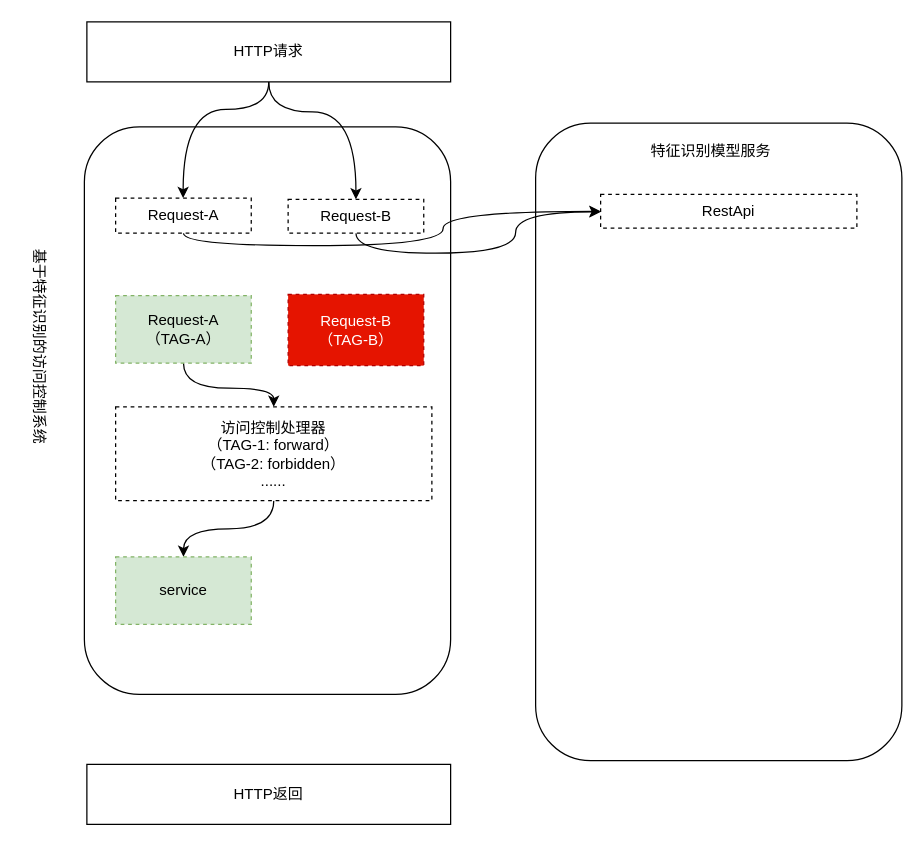
Above: page "第 2 页" (2 of 2) of 特征工程flow.drawio in HurryUpWb/pdf (draw.io), before the change. Source tidied: cells renumbered, new cells numbered last; positions are measured from the earlier drawing's top-left corner, leaving out a move shared by most shapes. Both pictures are drawn from the tidied source at 125%, with x=0, y=0 at pixel (-71, 21).
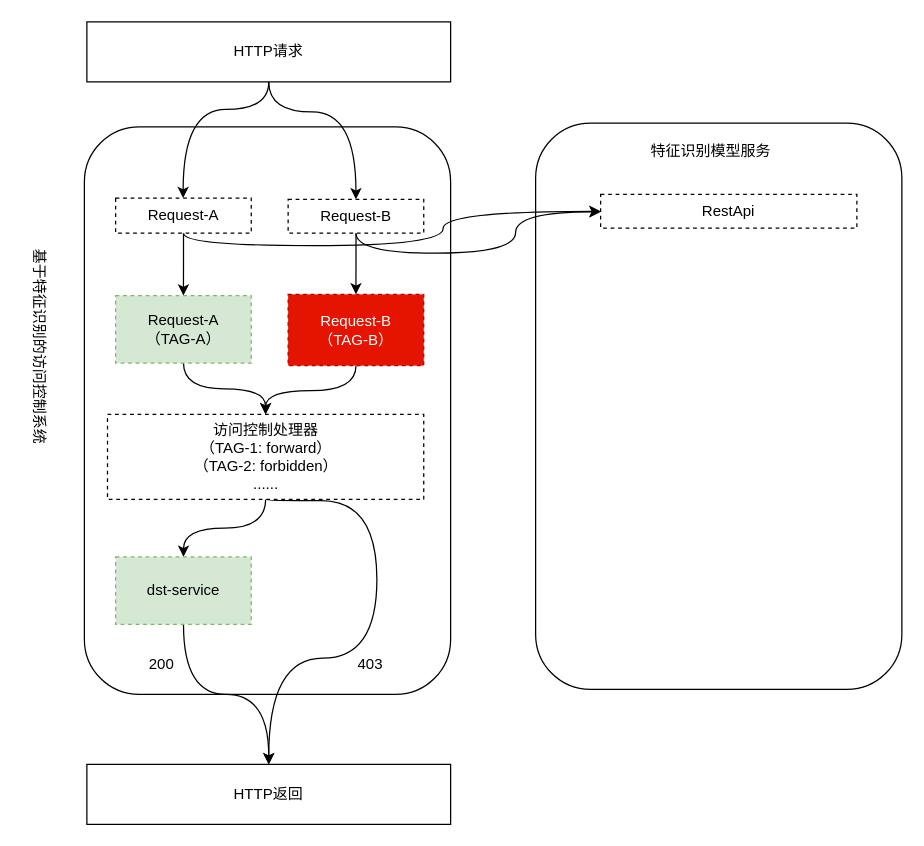
Above is the later version.

Commit message (it also covers changes not shown here):
更新特征工程flow.drawio

Unchanged cells that the change refers to:
```xml
<mxCell id="7" value="Request-A" style="whiteSpace=wrap;html=1;rounded=0;dashed=1;align=center;" parent="1" vertex="1">
  <mxGeometry x="149" y="141" width="108.5" height="28" as="geometry" />
</mxCell>
<mxCell id="10" value="Request-B" style="whiteSpace=wrap;html=1;rounded=0;dashed=1;align=center;" parent="1" vertex="1">
  <mxGeometry x="287" y="142" width="108.5" height="27" as="geometry" />
</mxCell>
<mxCell id="13" value="Request-A&lt;div&gt;（TAG-A）&lt;/div&gt;" style="whiteSpace=wrap;html=1;rounded=0;dashed=1;align=center;fillColor=#d5e8d4;strokeColor=#82b366;" parent="1" vertex="1">
  <mxGeometry x="149" y="219" width="108.5" height="54" as="geometry" />
</mxCell>
<mxCell id="14" value="Request-B&lt;div&gt;（TAG-B）&lt;/div&gt;" style="whiteSpace=wrap;html=1;rounded=0;dashed=1;align=center;fillColor=#e51400;fontColor=#ffffff;strokeColor=#B20000;" parent="1" vertex="1">
  <mxGeometry x="287" y="218" width="108.5" height="57" as="geometry" />
</mxCell>
<mxCell id="20" value="HTTP返回" style="rounded=0;whiteSpace=wrap;html=1;" parent="1" vertex="1">
  <mxGeometry x="126" y="594" width="291" height="48" as="geometry" />
</mxCell>
```

The edit, as a diff of the source:
```diff
@@
     <mxCell id="4" style="rounded=1;whiteSpace=wrap;html=1;" parent="1" vertex="1">
-      <mxGeometry x="485" y="81" width="293" height="510" as="geometry" />
+      <mxGeometry x="485" y="81" width="293" height="453" as="geometry" />
     </mxCell>
@@
+    <mxCell id="21" style="edgeStyle=orthogonalEdgeStyle;rounded=0;jettySize=auto;html=1;entryX=0.5;entryY=0;entryDx=0;entryDy=0;" parent="1" edge="1" source="7" target="13">
+      <mxGeometry relative="1" as="geometry" />
+    </mxCell>
@@
+    <mxCell id="22" style="edgeStyle=orthogonalEdgeStyle;rounded=0;jettySize=auto;html=1;entryX=0.5;entryY=0;entryDx=0;entryDy=0;" parent="1" edge="1" source="10" target="14">
+      <mxGeometry relative="1" as="geometry" />
+    </mxCell>
@@
+    <mxCell id="23" style="edgeStyle=orthogonalEdgeStyle;rounded=0;jettySize=auto;html=1;curved=1;" parent="1" edge="1" source="14" target="18">
+      <mxGeometry relative="1" as="geometry" />
+    </mxCell>
@@
+    <mxCell id="24" style="edgeStyle=orthogonalEdgeStyle;rounded=0;jettySize=auto;html=1;entryX=0.5;entryY=0;entryDx=0;entryDy=0;curved=1;exitX=0.5;exitY=1;exitDx=0;exitDy=0;" parent="1" edge="1" source="18" target="20">
+      <mxGeometry relative="1" as="geometry">
+        <Array as="points">
+          <mxPoint x="358" y="383" />
+          <mxPoint x="358" y="509" />
+          <mxPoint x="272" y="509" />
+        </Array>
+      </mxGeometry>
+    </mxCell>
     <mxCell id="18" value="访问控制处理器&lt;div&gt;（TAG-1: forward）&lt;/div&gt;&lt;div&gt;（TAG-2: forbidden）&lt;br&gt;&lt;/div&gt;&lt;div&gt;......&lt;/div&gt;" style="whiteSpace=wrap;html=1;rounded=0;dashed=1;align=center;" parent="1" vertex="1">
-      <mxGeometry x="149" y="308" width="253" height="75" as="geometry" />
+      <mxGeometry x="142.5" y="314" width="253" height="68" as="geometry" />
     </mxCell>
+    <mxCell id="25" style="edgeStyle=orthogonalEdgeStyle;rounded=0;jettySize=auto;html=1;curved=1;" parent="1" edge="1" source="19" target="20">
+      <mxGeometry relative="1" as="geometry" />
+    </mxCell>
-    <mxCell id="19" value="service" style="whiteSpace=wrap;html=1;rounded=0;dashed=1;align=center;fillColor=#d5e8d4;strokeColor=#82b366;" parent="1" vertex="1">
+    <mxCell id="19" value="dst-service" style="whiteSpace=wrap;html=1;rounded=0;dashed=1;align=center;fillColor=#d5e8d4;strokeColor=#82b366;" parent="1" vertex="1">
       <mxGeometry x="149" y="428" width="108.5" height="54" as="geometry" />
     </mxCell>
@@
+    <mxCell id="26" value="200" style="text;html=1;align=center;verticalAlign=middle;whiteSpace=wrap;rounded=0;" parent="1" vertex="1">
+      <mxGeometry x="156" y="499" width="60" height="30" as="geometry" />
+    </mxCell>
+    <mxCell id="27" value="403" style="text;html=1;align=center;verticalAlign=middle;whiteSpace=wrap;rounded=0;" parent="1" vertex="1">
+      <mxGeometry x="323" y="499" width="60" height="30" as="geometry" />
+    </mxCell>
```
